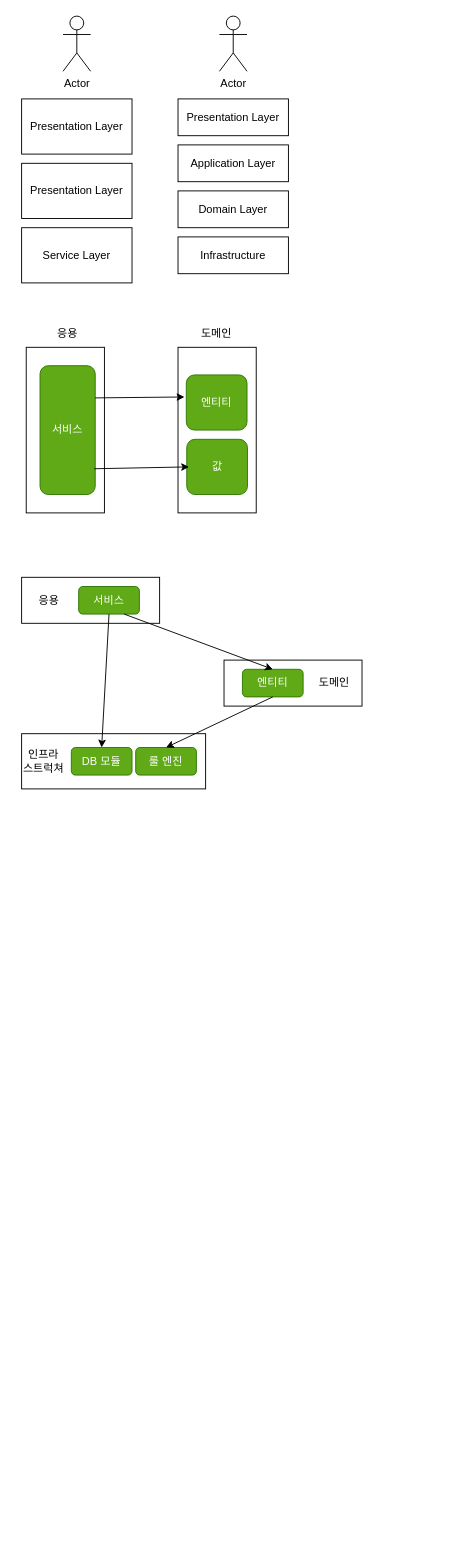
This is 블로그 참고.drawio from corns90/drawio, a draw.io file, before an edit. Source tidied: cells renumbered, new cells numbered last; positions are measured from the earlier drawing's top-left corner, leaving out a move shared by most shapes. Both pictures are drawn from the tidied source at 92%, with x=0, y=0 at pixel (16, 16).
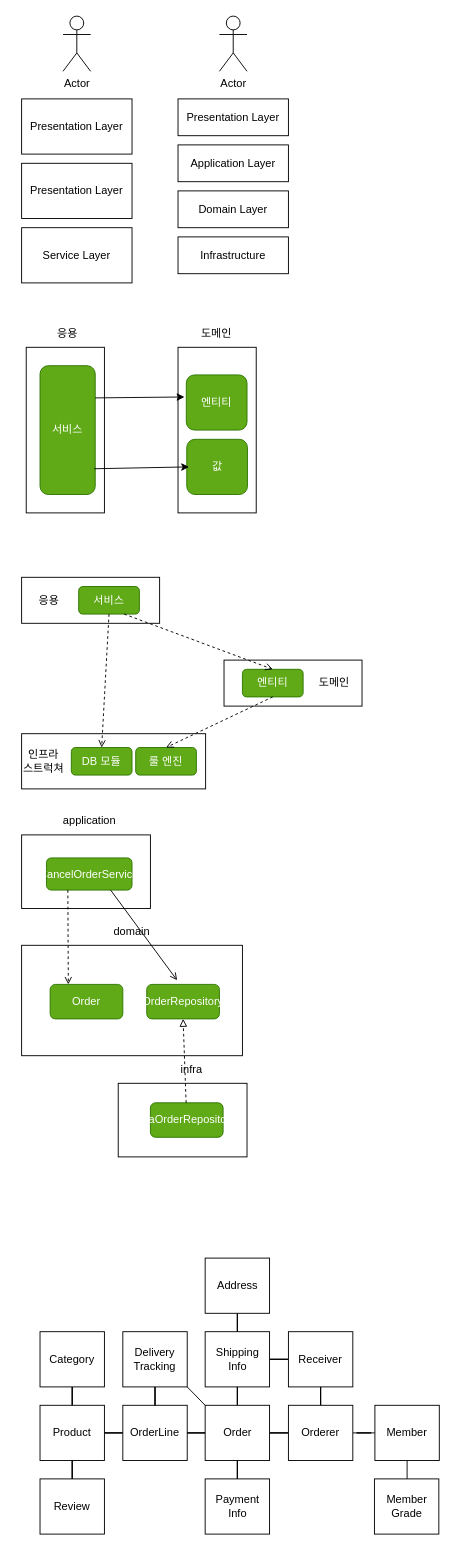
The same diagram, later.

Commit message:
애그리거트 추가

Unchanged cells that the change refers to:
```xml
<mxCell id="23" value="서비스" style="rounded=1;whiteSpace=wrap;html=1;fillColor=#60a917;fontColor=#ffffff;strokeColor=#2D7600;" parent="1" vertex="1">
  <mxGeometry x="68" y="620" width="66" height="30" as="geometry" />
</mxCell>
<mxCell id="24" value="엔티티" style="rounded=1;whiteSpace=wrap;html=1;fillColor=#60a917;fontColor=#ffffff;strokeColor=#2D7600;" parent="1" vertex="1">
  <mxGeometry x="246" y="710" width="66" height="30" as="geometry" />
</mxCell>
<mxCell id="25" value="DB 모듈" style="rounded=1;whiteSpace=wrap;html=1;fillColor=#60a917;fontColor=#ffffff;strokeColor=#2D7600;" parent="1" vertex="1">
  <mxGeometry x="60" y="795" width="66" height="30" as="geometry" />
</mxCell>
<mxCell id="26" value="룰 엔진" style="rounded=1;whiteSpace=wrap;html=1;fillColor=#60a917;fontColor=#ffffff;strokeColor=#2D7600;" parent="1" vertex="1">
  <mxGeometry x="130" y="795" width="66" height="30" as="geometry" />
</mxCell>
```

The edit, as a diff of the source:
```diff
@@
-    <mxCell id="30" style="endArrow=classic;html=1;rounded=0;entryX=0.5;entryY=0;entryDx=0;entryDy=0;exitX=0.5;exitY=1;exitDx=0;exitDy=0;" parent="1" edge="1" source="23" target="25">
+    <mxCell id="30" style="endArrow=open;html=1;rounded=0;entryX=0.5;entryY=0;entryDx=0;entryDy=0;exitX=0.5;exitY=1;exitDx=0;exitDy=0;dashed=1;endFill=0;" parent="1" edge="1" source="23" target="25">
       <mxGeometry relative="1" as="geometry" />
     </mxCell>
-    <mxCell id="31" style="endArrow=classic;html=1;rounded=0;entryX=0.5;entryY=0;entryDx=0;entryDy=0;exitX=0.75;exitY=1;exitDx=0;exitDy=0;" parent="1" edge="1" source="23" target="24">
+    <mxCell id="31" style="endArrow=open;html=1;rounded=0;entryX=0.5;entryY=0;entryDx=0;entryDy=0;exitX=0.75;exitY=1;exitDx=0;exitDy=0;dashed=1;endFill=0;" parent="1" edge="1" source="23" target="24">
       <mxGeometry relative="1" as="geometry" />
     </mxCell>
-    <mxCell id="32" style="endArrow=classic;html=1;rounded=0;entryX=0.5;entryY=0;entryDx=0;entryDy=0;exitX=0.5;exitY=1;exitDx=0;exitDy=0;" parent="1" edge="1" source="24" target="26">
+    <mxCell id="32" style="endArrow=open;html=1;rounded=0;entryX=0.5;entryY=0;entryDx=0;entryDy=0;exitX=0.5;exitY=1;exitDx=0;exitDy=0;dashed=1;endFill=0;" parent="1" edge="1" source="24" target="26">
       <mxGeometry relative="1" as="geometry" />
     </mxCell>
+    <mxCell id="33" style="rounded=0;whiteSpace=wrap;html=1;" parent="1" vertex="1">
+      <mxGeometry x="6" y="890" width="140" height="80" as="geometry" />
+    </mxCell>
+    <mxCell id="34" style="rounded=0;whiteSpace=wrap;html=1;" parent="1" vertex="1">
+      <mxGeometry x="6" y="1010" width="240" height="120" as="geometry" />
+    </mxCell>
+    <mxCell id="35" style="rounded=0;whiteSpace=wrap;html=1;" parent="1" vertex="1">
+      <mxGeometry x="111" y="1160" width="140" height="80" as="geometry" />
+    </mxCell>
+    <mxCell id="36" value="CancelOrderService" style="rounded=1;whiteSpace=wrap;html=1;fillColor=#60a917;fontColor=#ffffff;strokeColor=#2D7600;" parent="1" vertex="1">
+      <mxGeometry x="33" y="915" width="93" height="35" as="geometry" />
+    </mxCell>
+    <mxCell id="37" value="Order" style="rounded=1;whiteSpace=wrap;html=1;fillColor=#60a917;fontColor=#ffffff;strokeColor=#2D7600;" parent="1" vertex="1">
+      <mxGeometry x="37" y="1052.5" width="79" height="37.5" as="geometry" />
+    </mxCell>
+    <mxCell id="38" value="OrderRepository" style="rounded=1;whiteSpace=wrap;html=1;fillColor=#60a917;fontColor=#ffffff;strokeColor=#2D7600;" parent="1" vertex="1">
+      <mxGeometry x="142" y="1052.5" width="79" height="37.5" as="geometry" />
+    </mxCell>
+    <mxCell id="39" value="JpaOrderRepository" style="rounded=1;whiteSpace=wrap;html=1;fillColor=#60a917;fontColor=#ffffff;strokeColor=#2D7600;" parent="1" vertex="1">
+      <mxGeometry x="146" y="1181.2" width="79" height="37.5" as="geometry" />
+    </mxCell>
+    <mxCell id="40" value="application" style="text;html=1;strokeColor=none;fillColor=none;align=center;verticalAlign=middle;whiteSpace=wrap;rounded=0;" parent="1" vertex="1">
+      <mxGeometry x="49.5" y="860" width="60" height="30" as="geometry" />
+    </mxCell>
+    <mxCell id="41" value="domain" style="text;html=1;strokeColor=none;fillColor=none;align=center;verticalAlign=middle;whiteSpace=wrap;rounded=0;" parent="1" vertex="1">
+      <mxGeometry x="96" y="980" width="60" height="30" as="geometry" />
+    </mxCell>
+    <mxCell id="42" value="infra" style="text;html=1;strokeColor=none;fillColor=none;align=center;verticalAlign=middle;whiteSpace=wrap;rounded=0;" parent="1" vertex="1">
+      <mxGeometry x="161" y="1130" width="60" height="30" as="geometry" />
+    </mxCell>
+    <mxCell id="43" style="endArrow=open;html=1;rounded=0;entryX=0.25;entryY=0;entryDx=0;entryDy=0;exitX=0.25;exitY=1;exitDx=0;exitDy=0;dashed=1;endFill=0;" parent="1" edge="1" source="36" target="37">
+      <mxGeometry relative="1" as="geometry" />
+    </mxCell>
+    <mxCell id="44" style="endArrow=open;html=1;rounded=0;entryX=0.418;entryY=-0.12;entryDx=0;entryDy=0;exitX=0.75;exitY=1;exitDx=0;exitDy=0;entryPerimeter=0;endFill=0;" parent="1" edge="1" source="36" target="38">
+      <mxGeometry relative="1" as="geometry" />
+    </mxCell>
+    <mxCell id="45" style="endArrow=block;html=1;rounded=0;endFill=0;entryX=0.5;entryY=1;entryDx=0;entryDy=0;dashed=1;" parent="1" edge="1" source="39" target="38">
+      <mxGeometry relative="1" as="geometry" />
+    </mxCell>
+    <mxCell id="46" style="edgeStyle=orthogonalEdgeStyle;rounded=0;jettySize=auto;html=1;endArrow=none;endFill=0;" parent="1" edge="1" source="47" target="50">
+      <mxGeometry relative="1" as="geometry" />
+    </mxCell>
+    <mxCell id="47" value="Category" style="rounded=0;whiteSpace=wrap;html=1;" parent="1" vertex="1">
+      <mxGeometry x="26" y="1430" width="70" height="60" as="geometry" />
+    </mxCell>
+    <mxCell id="48" style="edgeStyle=orthogonalEdgeStyle;rounded=0;jettySize=auto;html=1;endArrow=none;endFill=0;" parent="1" edge="1" source="50" target="51">
+      <mxGeometry relative="1" as="geometry" />
+    </mxCell>
+    <mxCell id="49" style="edgeStyle=orthogonalEdgeStyle;rounded=0;jettySize=auto;html=1;endArrow=none;endFill=0;" parent="1" edge="1" source="50" target="53">
+      <mxGeometry relative="1" as="geometry" />
+    </mxCell>
+    <mxCell id="50" value="Product" style="rounded=0;whiteSpace=wrap;html=1;" parent="1" vertex="1">
+      <mxGeometry x="26" y="1510" width="70" height="60" as="geometry" />
+    </mxCell>
+    <mxCell id="51" value="Review" style="rounded=0;whiteSpace=wrap;html=1;" parent="1" vertex="1">
+      <mxGeometry x="26" y="1590" width="70" height="60" as="geometry" />
+    </mxCell>
+    <mxCell id="52" style="edgeStyle=orthogonalEdgeStyle;rounded=0;jettySize=auto;html=1;endArrow=none;endFill=0;" parent="1" edge="1" source="53" target="62">
+      <mxGeometry relative="1" as="geometry" />
+    </mxCell>
+    <mxCell id="53" value="OrderLine" style="rounded=0;whiteSpace=wrap;html=1;" parent="1" vertex="1">
+      <mxGeometry x="116" y="1510" width="70" height="60" as="geometry" />
+    </mxCell>
+    <mxCell id="54" style="edgeStyle=orthogonalEdgeStyle;rounded=0;jettySize=auto;html=1;endArrow=none;endFill=0;" parent="1" edge="1" source="56" target="53">
+      <mxGeometry relative="1" as="geometry" />
+    </mxCell>
+    <mxCell id="55" style="rounded=0;jettySize=auto;html=1;entryX=0;entryY=0;entryDx=0;entryDy=0;exitX=1;exitY=1;exitDx=0;exitDy=0;endArrow=none;endFill=0;" parent="1" edge="1" source="56" target="62">
+      <mxGeometry relative="1" as="geometry" />
+    </mxCell>
+    <mxCell id="56" value="Delivery&lt;br&gt;Tracking" style="rounded=0;whiteSpace=wrap;html=1;" parent="1" vertex="1">
+      <mxGeometry x="116" y="1430" width="70" height="60" as="geometry" />
+    </mxCell>
+    <mxCell id="57" style="edgeStyle=orthogonalEdgeStyle;rounded=0;jettySize=auto;html=1;entryX=0;entryY=0.5;entryDx=0;entryDy=0;endArrow=none;endFill=0;" parent="1" edge="1" source="59" target="67">
+      <mxGeometry relative="1" as="geometry" />
+    </mxCell>
+    <mxCell id="58" style="edgeStyle=orthogonalEdgeStyle;rounded=0;jettySize=auto;html=1;entryX=0.5;entryY=0;entryDx=0;entryDy=0;endArrow=none;endFill=0;" parent="1" edge="1" source="59" target="62">
+      <mxGeometry relative="1" as="geometry" />
+    </mxCell>
+    <mxCell id="59" value="Shipping&lt;br&gt;Info" style="rounded=0;whiteSpace=wrap;html=1;" parent="1" vertex="1">
+      <mxGeometry x="205.5" y="1430" width="70" height="60" as="geometry" />
+    </mxCell>
+    <mxCell id="60" style="edgeStyle=orthogonalEdgeStyle;rounded=0;jettySize=auto;html=1;endArrow=none;endFill=0;" parent="1" edge="1" source="62" target="63">
+      <mxGeometry relative="1" as="geometry" />
+    </mxCell>
+    <mxCell id="61" style="edgeStyle=orthogonalEdgeStyle;rounded=0;jettySize=auto;html=1;entryX=0;entryY=0.5;entryDx=0;entryDy=0;endArrow=none;endFill=0;" parent="1" edge="1" source="62" target="69">
+      <mxGeometry relative="1" as="geometry" />
+    </mxCell>
+    <mxCell id="62" value="Order" style="rounded=0;whiteSpace=wrap;html=1;" parent="1" vertex="1">
+      <mxGeometry x="205.5" y="1510" width="70" height="60" as="geometry" />
+    </mxCell>
+    <mxCell id="63" value="Payment&lt;br&gt;Info" style="rounded=0;whiteSpace=wrap;html=1;" parent="1" vertex="1">
+      <mxGeometry x="205.5" y="1590" width="70" height="60" as="geometry" />
+    </mxCell>
+    <mxCell id="64" style="edgeStyle=orthogonalEdgeStyle;rounded=0;jettySize=auto;html=1;entryX=0.5;entryY=0;entryDx=0;entryDy=0;endArrow=none;endFill=0;" parent="1" edge="1" source="65" target="59">
+      <mxGeometry relative="1" as="geometry" />
+    </mxCell>
+    <mxCell id="65" value="Address" style="rounded=0;whiteSpace=wrap;html=1;" parent="1" vertex="1">
+      <mxGeometry x="205.5" y="1350" width="70" height="60" as="geometry" />
+    </mxCell>
+    <mxCell id="66" style="edgeStyle=orthogonalEdgeStyle;rounded=0;jettySize=auto;html=1;entryX=0.5;entryY=0;entryDx=0;entryDy=0;endArrow=none;endFill=0;" parent="1" edge="1" source="67" target="69">
+      <mxGeometry relative="1" as="geometry" />
+    </mxCell>
+    <mxCell id="67" value="Receiver" style="rounded=0;whiteSpace=wrap;html=1;" parent="1" vertex="1">
+      <mxGeometry x="296" y="1430" width="70" height="60" as="geometry" />
+    </mxCell>
+    <mxCell id="68" style="edgeStyle=orthogonalEdgeStyle;rounded=0;jettySize=auto;html=1;entryX=0;entryY=0.5;entryDx=0;entryDy=0;endArrow=none;endFill=0;" parent="1" edge="1" source="69" target="71">
+      <mxGeometry relative="1" as="geometry" />
+    </mxCell>
+    <mxCell id="69" value="Orderer" style="rounded=0;whiteSpace=wrap;html=1;" parent="1" vertex="1">
+      <mxGeometry x="296" y="1510" width="70" height="60" as="geometry" />
+    </mxCell>
+    <mxCell id="70" style="edgeStyle=orthogonalEdgeStyle;rounded=0;jettySize=auto;html=1;entryX=0.5;entryY=0;entryDx=0;entryDy=0;endArrow=none;endFill=0;" parent="1" edge="1" source="71" target="72">
+      <mxGeometry relative="1" as="geometry" />
+    </mxCell>
+    <mxCell id="71" value="Member" style="rounded=0;whiteSpace=wrap;html=1;" parent="1" vertex="1">
+      <mxGeometry x="390" y="1510" width="70" height="60" as="geometry" />
+    </mxCell>
+    <mxCell id="72" value="Member&lt;br&gt;Grade" style="rounded=0;whiteSpace=wrap;html=1;" parent="1" vertex="1">
+      <mxGeometry x="389.5" y="1590" width="70" height="60" as="geometry" />
+    </mxCell>
```
